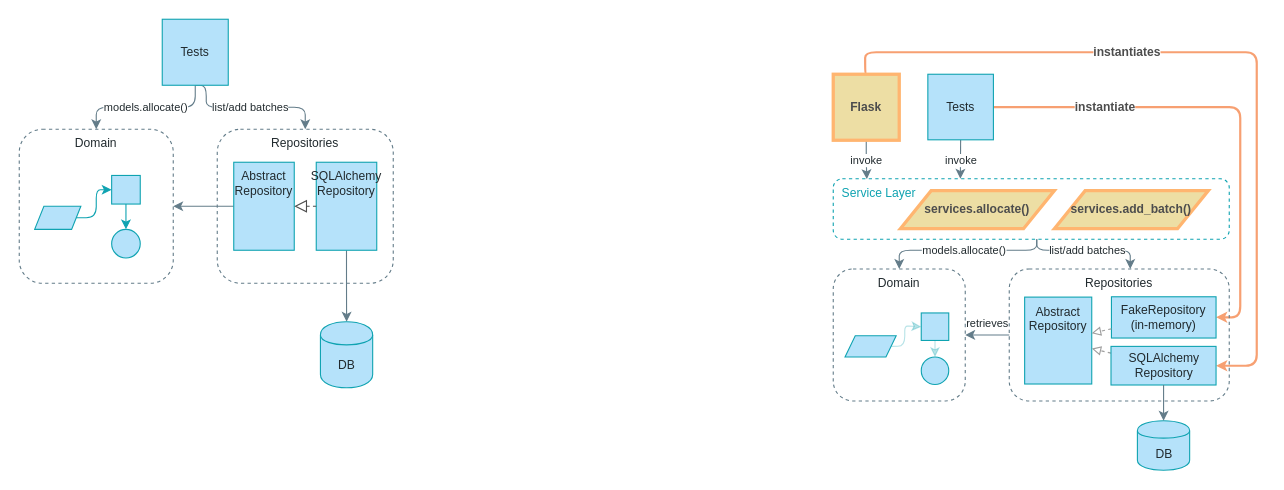
Above: page "Chapter 4" (3 of 11) of maps.drawio in cosmicpython/book (draw.io), before the change. Source tidied: cells renumbered, new cells numbered last; positions are measured from the earlier drawing's top-left corner, leaving out a move shared by most shapes. Both pictures are drawn from the tidied source at 110%, with x=0, y=0 at pixel (19, 19).
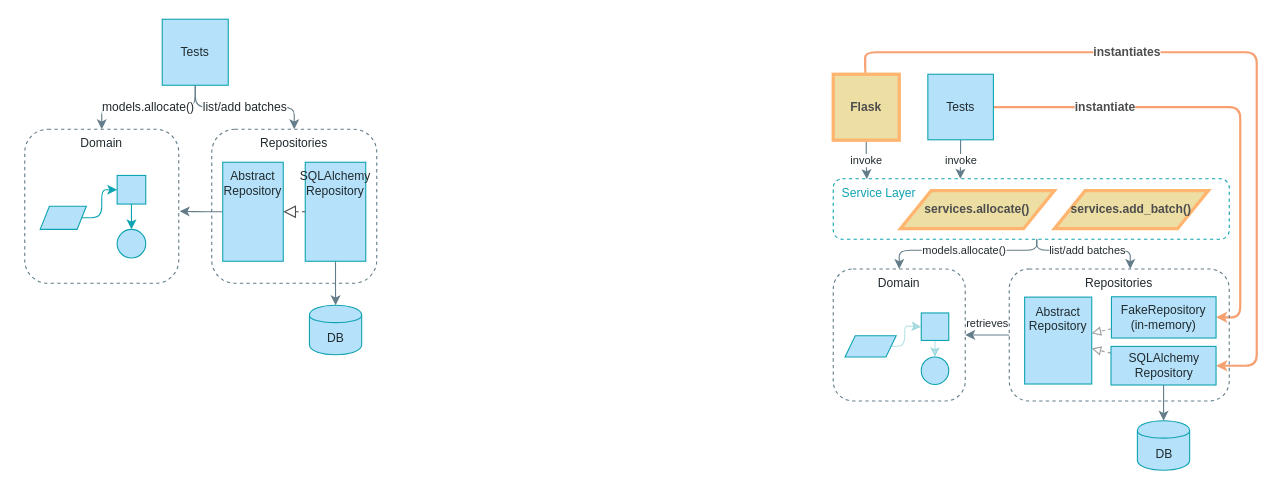
Above is the later version.

Unchanged cells that the change refers to:
```xml
<mxCell id="5" value="Tests" style="whiteSpace=wrap;html=1;strokeColor=#0FA3B1;fillColor=#B5E2FA;gradientColor=none;fontFamily=Guardian Sans Cond Light;fontSize=11;fontColor=#212A2E;" parent="1" vertex="1">
  <mxGeometry x="130" width="60" height="60" as="geometry" />
</mxCell>
<mxCell id="22" value="Domain" style="rounded=1;whiteSpace=wrap;html=1;fontFamily=Guardian Sans Cond Light;verticalAlign=top;fontSize=11;fontColor=#212A2E;fillColor=none;strokeColor=#637C89;dashed=1;" parent="21" vertex="1">
  <mxGeometry width="140" height="140" as="geometry" />
</mxCell>
```

What changed in the source:
```diff
@@
-    <mxCell id="3" value="models.allocate()" style="edgeStyle=orthogonalEdgeStyle;rounded=1;jumpStyle=arc;jettySize=auto;html=1;fontSize=10;fontColor=#212A2E;entryX=0.5;entryY=0;entryDx=0;entryDy=0;fontFamily=Guardian Sans Cond Light;strokeColor=#637C89;fillColor=#B5E2FA;exitX=0.5;exitY=1;exitDx=0;exitDy=0;" parent="1" edge="1" source="5" target="22">
+    <mxCell id="3" value="models.allocate()" style="edgeStyle=orthogonalEdgeStyle;rounded=1;jumpStyle=arc;jettySize=auto;html=1;fontSize=11;fontColor=#212A2E;entryX=0.5;entryY=0;entryDx=0;entryDy=0;fontFamily=Guardian Sans Cond Light;strokeColor=#637C89;fillColor=#B5E2FA;exitX=0.5;exitY=1;exitDx=0;exitDy=0;" parent="1" edge="1" source="5" target="22">
       <mxGeometry relative="1" as="geometry">
         <Array as="points">
           <mxPoint x="160" y="80" />
-          <mxPoint x="70" y="80" />
+          <mxPoint x="75" y="80" />
         </Array>
       </mxGeometry>
     </mxCell>
-    <mxCell id="4" value="list/add batches" style="edgeStyle=orthogonalEdgeStyle;rounded=1;jumpStyle=arc;jettySize=auto;html=1;fontSize=10;fontColor=#212A2E;entryX=0.5;entryY=0;entryDx=0;entryDy=0;fontFamily=Guardian Sans Cond Light;strokeColor=#637C89;fillColor=#B5E2FA;exitX=0.5;exitY=1;exitDx=0;exitDy=0;" parent="1" edge="1" source="5" target="44">
+    <mxCell id="4" value="list/add batches" style="edgeStyle=orthogonalEdgeStyle;rounded=1;jumpStyle=arc;jettySize=auto;html=1;fontSize=11;fontColor=#212A2E;entryX=0.5;entryY=0;entryDx=0;entryDy=0;fontFamily=Guardian Sans Cond Light;strokeColor=#637C89;fillColor=#B5E2FA;exitX=0.5;exitY=1;exitDx=0;exitDy=0;" parent="1" edge="1" source="5" target="44">
       <mxGeometry relative="1" as="geometry">
         <Array as="points">
           <mxPoint x="170" y="80" />
           <mxPoint x="260" y="80" />
         </Array>
       </mxGeometry>
     </mxCell>
@@
-    <mxCell id="18" style="edgeStyle=orthogonalEdgeStyle;jettySize=auto;html=1;strokeColor=#637C89;fillColor=#B5E2FA;fontFamily=Guardian Sans Cond Light;fontSize=11;fontColor=#212A2E;" parent="1" edge="1" source="45" target="22">
+    <mxCell id="18" style="edgeStyle=orthogonalEdgeStyle;jettySize=auto;html=1;strokeColor=#637C89;fillColor=#B5E2FA;fontFamily=Guardian Sans Cond Light;fontSize=11;fontColor=#212A2E;entryX=1.006;entryY=0.533;entryDx=0;entryDy=0;entryPerimeter=0;" parent="1" edge="1" source="45" target="22">
       <mxGeometry relative="1" as="geometry" />
     </mxCell>
@@
     <mxCell id="20" value="DB" style="shape=cylinder;whiteSpace=wrap;html=1;boundedLbl=1;backgroundOutline=1;strokeColor=#0FA3B1;fillColor=#B5E2FA;fontSize=11;fontColor=#212A2E;gradientColor=none;fontFamily=Guardian Sans Cond Light;" parent="1" vertex="1">
-      <mxGeometry x="273.8" y="275" width="47.5" height="60" as="geometry" />
+      <mxGeometry x="263.8" y="260" width="47.5" height="45" as="geometry" />
     </mxCell>
     <mxCell id="21" style="group;fontSize=11;" parent="1" vertex="1">
-      <mxGeometry y="100" width="140" height="140" as="geometry" />
+      <mxGeometry x="5" y="100" width="140" height="140" as="geometry" />
     </mxCell>
@@
     <mxCell id="44" value="&lt;font style=&quot;font-size: 11px;&quot; color=&quot;#212A2E&quot;&gt;Repositories&lt;/font&gt;" style="whiteSpace=wrap;html=1;strokeColor=#637C89;fillColor=none;gradientColor=none;fontFamily=Guardian Sans Cond Light;fontSize=11;fontColor=#000000;verticalAlign=top;rounded=1;dashed=1;" parent="1" vertex="1">
-      <mxGeometry x="180" y="100" width="160" height="140" as="geometry" />
+      <mxGeometry x="175" y="100" width="150" height="140" as="geometry" />
     </mxCell>
     <mxCell id="45" value="&lt;font style=&quot;font-size: 11px;&quot; color=&quot;#212A2E&quot;&gt;Abstract Repository&lt;br style=&quot;font-size: 11px;&quot;&gt;&lt;/font&gt;" style="whiteSpace=wrap;html=1;strokeColor=#0FA3B1;fillColor=#B5E2FA;gradientColor=none;fontFamily=Guardian Sans Cond Light;fontSize=11;fontColor=#212A2E;verticalAlign=top;" parent="1" vertex="1">
-      <mxGeometry x="195" y="130" width="55" height="80" as="geometry" />
+      <mxGeometry x="185" y="130" width="55" height="90" as="geometry" />
     </mxCell>
     <mxCell id="46" value="SQLAlchemy&lt;br style=&quot;font-size: 11px;&quot;&gt;&lt;font style=&quot;font-size: 11px;&quot;&gt;Repository&lt;/font&gt;" style="whiteSpace=wrap;html=1;strokeColor=#0FA3B1;fillColor=#B5E2FA;gradientColor=none;fontFamily=Guardian Sans Cond Light;fontSize=11;fontColor=#212A2E;verticalAlign=top;" parent="1" vertex="1">
-      <mxGeometry x="270" y="130" width="55" height="80" as="geometry" />
+      <mxGeometry x="260" y="130" width="55" height="90" as="geometry" />
     </mxCell>
```
